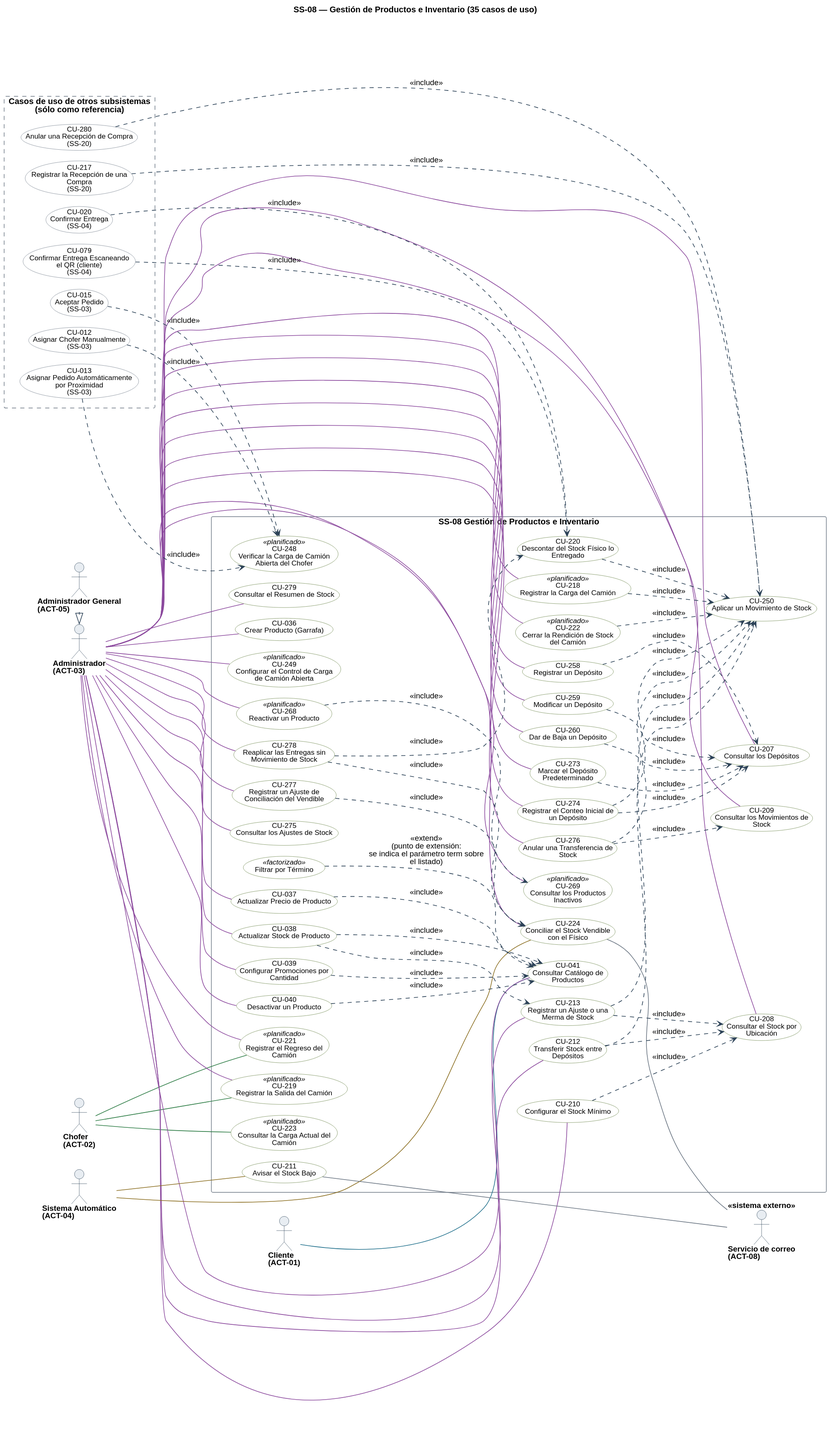
Earlier version of the PlantUML export diagramas/uml/CU_SS-08_Gestion-De-Productos.svg (Nahuelito-Dev/splg-docs). Source of this version:
```plantuml
@startuml
title SS-08 — Gestión de Productos e Inventario (35 casos de uso)
left to right direction
skinparam backgroundColor #FFFFFF
skinparam shadowing false
skinparam defaultFontName Helvetica
skinparam defaultFontSize 13
skinparam dpi 150
skinparam ArrowColor #2C4257
skinparam ArrowThickness 1.1
skinparam actor {
  BorderColor #2C4257
  BackgroundColor #E8EDF2
  FontSize 13
  FontStyle bold
}
skinparam usecase {
  BorderColor #2C4257
  BackgroundColor #FFFFFF
  FontSize 12
}
skinparam rectangle {
  BorderColor #6B7683
  FontSize 14
  FontStyle bold
}

skinparam nodesep 18
skinparam ranksep 70
skinparam usecase {
  BorderColor<<planificado>> #9C4436
  BackgroundColor<<planificado>> #F6E4E1
  BorderColor<<factorizado>> #6B7683
  BackgroundColor<<factorizado>> #F2F4F6
}

actor "Cliente\n(ACT-01)" as A01
actor "Chofer\n(ACT-02)" as A02
actor "Administrador\n(ACT-03)" as A03
actor "Sistema Automático\n(ACT-04)" as A04
actor "Administrador General\n(ACT-05)" as A05
actor "Servicio de correo\n(ACT-08)" as A08 <<sistema externo>>

rectangle "SS-08 Gestión de Productos e Inventario" {
  usecase "CU-036\nCrear Producto (Garrafa)" as U036 #back:FFFFFF;line:5E7A3A
  usecase "CU-037\nActualizar Precio de Producto" as U037 #back:FFFFFF;line:5E7A3A
  usecase "CU-038\nActualizar Stock de Producto" as U038 #back:FFFFFF;line:5E7A3A
  usecase "CU-039\nConfigurar Promociones por\nCantidad" as U039 #back:FFFFFF;line:5E7A3A
  usecase "CU-040\nDesactivar un Producto" as U040 #back:FFFFFF;line:5E7A3A
  usecase "CU-041\nConsultar Catálogo de\nProductos" as U041 #back:FFFFFF;line:5E7A3A
  usecase "CU-207\nConsultar los Depósitos" as U207 #back:FFFFFF;line:5E7A3A
  usecase "CU-208\nConsultar el Stock por\nUbicación" as U208 #back:FFFFFF;line:5E7A3A
  usecase "CU-209\nConsultar los Movimientos de\nStock" as U209 #back:FFFFFF;line:5E7A3A
  usecase "CU-210\nConfigurar el Stock Mínimo" as U210 #back:FFFFFF;line:5E7A3A
  usecase "CU-211\nAvisar el Stock Bajo" as U211 #back:FFFFFF;line:5E7A3A
  usecase "CU-212\nTransferir Stock entre\nDepósitos" as U212 #back:FFFFFF;line:5E7A3A
  usecase "CU-213\nRegistrar un Ajuste o una\nMerma de Stock" as U213 #back:FFFFFF;line:5E7A3A
  usecase "CU-218\nRegistrar la Carga del Camión" as U218 <<planificado>> #back:FFFFFF;line:5E7A3A
  usecase "CU-219\nRegistrar la Salida del Camión" as U219 <<planificado>> #back:FFFFFF;line:5E7A3A
  usecase "CU-220\nDescontar del Stock Físico lo\nEntregado" as U220 #back:FFFFFF;line:5E7A3A
  usecase "CU-221\nRegistrar el Regreso del\nCamión" as U221 <<planificado>> #back:FFFFFF;line:5E7A3A
  usecase "CU-222\nCerrar la Rendición de Stock\ndel Camión" as U222 <<planificado>> #back:FFFFFF;line:5E7A3A
  usecase "CU-223\nConsultar la Carga Actual del\nCamión" as U223 <<planificado>> #back:FFFFFF;line:5E7A3A
  usecase "CU-224\nConciliar el Stock Vendible\ncon el Físico" as U224 #back:FFFFFF;line:5E7A3A
  usecase "CU-248\nVerificar la Carga de Camión\nAbierta del Chofer" as U248 <<planificado>> #back:FFFFFF;line:5E7A3A
  usecase "CU-249\nConfigurar el Control de Carga\nde Camión Abierta" as U249 <<planificado>> #back:FFFFFF;line:5E7A3A
  usecase "CU-250\nAplicar un Movimiento de Stock" as U250 #back:FFFFFF;line:5E7A3A
  usecase "CU-258\nRegistrar un Depósito" as U258 #back:FFFFFF;line:5E7A3A
  usecase "CU-259\nModificar un Depósito" as U259 #back:FFFFFF;line:5E7A3A
  usecase "CU-260\nDar de Baja un Depósito" as U260 #back:FFFFFF;line:5E7A3A
  usecase "CU-268\nReactivar un Producto" as U268 <<planificado>> #back:FFFFFF;line:5E7A3A
  usecase "CU-269\nConsultar los Productos\nInactivos" as U269 <<planificado>> #back:FFFFFF;line:5E7A3A
  usecase "CU-273\nMarcar el Depósito\nPredeterminado" as U273 #back:FFFFFF;line:5E7A3A
  usecase "CU-274\nRegistrar el Conteo Inicial de\nun Depósito" as U274 #back:FFFFFF;line:5E7A3A
  usecase "CU-275\nConsultar los Ajustes de Stock" as U275 #back:FFFFFF;line:5E7A3A
  usecase "CU-276\nAnular una Transferencia de\nStock" as U276 #back:FFFFFF;line:5E7A3A
  usecase "CU-277\nRegistrar un Ajuste de\nConciliación del Vendible" as U277 #back:FFFFFF;line:5E7A3A
  usecase "CU-278\nReaplicar las Entregas sin\nMovimiento de Stock" as U278 #back:FFFFFF;line:5E7A3A
  usecase "CU-279\nConsultar el Resumen de Stock" as U279 #back:FFFFFF;line:5E7A3A
  usecase "Filtrar por Término" as F_TERM <<factorizado>> #back:FFFFFF;line:5E7A3A
}

rectangle "Casos de uso de otros subsistemas\n(sólo como referencia)" as OTROS #back:FFFFFF;line:6B7683;line.dashed {
  usecase "CU-012\nAsignar Chofer Manualmente\n(SS-03)" as U012 #back:FFFFFF;line:6B7683
  usecase "CU-013\nAsignar Pedido Automáticamente\npor Proximidad\n(SS-03)" as U013 #back:FFFFFF;line:6B7683
  usecase "CU-015\nAceptar Pedido\n(SS-03)" as U015 #back:FFFFFF;line:6B7683
  usecase "CU-020\nConfirmar Entrega\n(SS-04)" as U020 #back:FFFFFF;line:6B7683
  usecase "CU-079\nConfirmar Entrega Escaneando\nel QR (cliente)\n(SS-04)" as U079 #back:FFFFFF;line:6B7683
  usecase "CU-217\nRegistrar la Recepción de una\nCompra\n(SS-20)" as U217 #back:FFFFFF;line:6B7683
  usecase "CU-280\nAnular una Recepción de Compra\n(SS-20)" as U280 #back:FFFFFF;line:6B7683
}

A01 -[#1F6F8B]- U041
A02 -[#2E7D46]- U219
A02 -[#2E7D46]- U221
A02 -[#2E7D46]- U223
A03 -[#8C4A9E]- U036
A03 -[#8C4A9E]- U037
A03 -[#8C4A9E]- U038
A03 -[#8C4A9E]- U039
A03 -[#8C4A9E]- U040
A03 -[#8C4A9E]- U041
A03 -[#8C4A9E]- U207
A03 -[#8C4A9E]- U208
A03 -[#8C4A9E]- U209
A03 -[#8C4A9E]- U210
A03 -[#8C4A9E]- U212
A03 -[#8C4A9E]- U213
A03 -[#8C4A9E]- U218
A03 -[#8C4A9E]- U219
A03 -[#8C4A9E]- U221
A03 -[#8C4A9E]- U222
A03 -[#8C4A9E]- U224
A03 -[#8C4A9E]- U249
A03 -[#8C4A9E]- U258
A03 -[#8C4A9E]- U259
A03 -[#8C4A9E]- U260
A03 -[#8C4A9E]- U268
A03 -[#8C4A9E]- U269
A03 -[#8C4A9E]- U273
A03 -[#8C4A9E]- U274
A03 -[#8C4A9E]- U275
A03 -[#8C4A9E]- U276
A03 -[#8C4A9E]- U277
A03 -[#8C4A9E]- U278
A03 -[#8C4A9E]- U279
A04 -[#8A6D1F]- U211
A04 -[#8A6D1F]- U224
U211 -[#6B7683]- A08
U224 -[#6B7683]- A08
A05 -right-|> A03

U037 ..> U041 : <<include>>
U038 ..> U041 : <<include>>
U039 ..> U041 : <<include>>
U040 ..> U041 : <<include>>
U210 ..> U208 : <<include>>
U212 ..> U208 : <<include>>
U213 ..> U208 : <<include>>
U038 ..> U213 : <<include>>
U212 ..> U250 : <<include>>
U213 ..> U250 : <<include>>
U218 ..> U250 : <<include>>
U220 ..> U250 : <<include>>
U222 ..> U250 : <<include>>
U258 ..> U207 : <<include>>
U259 ..> U207 : <<include>>
U260 ..> U207 : <<include>>
U273 ..> U207 : <<include>>
U274 ..> U207 : <<include>>
U268 ..> U269 : <<include>>
U274 ..> U250 : <<include>>
U276 ..> U250 : <<include>>
U276 ..> U209 : <<include>>
U277 ..> U224 : <<include>>
U278 ..> U224 : <<include>>
U278 ..> U220 : <<include>>
U217 ..> U250 : <<include>>
U280 ..> U250 : <<include>>
U012 ..> U248 : <<include>>
U013 ..> U248 : <<include>>
U015 ..> U248 : <<include>>
U020 ..> U220 : <<include>>
U079 ..> U220 : <<include>>

F_TERM ..> U041 : <<extend>>\n(punto de extensión:\nse indica el parámetro term sobre\nel listado)
@enduml
```
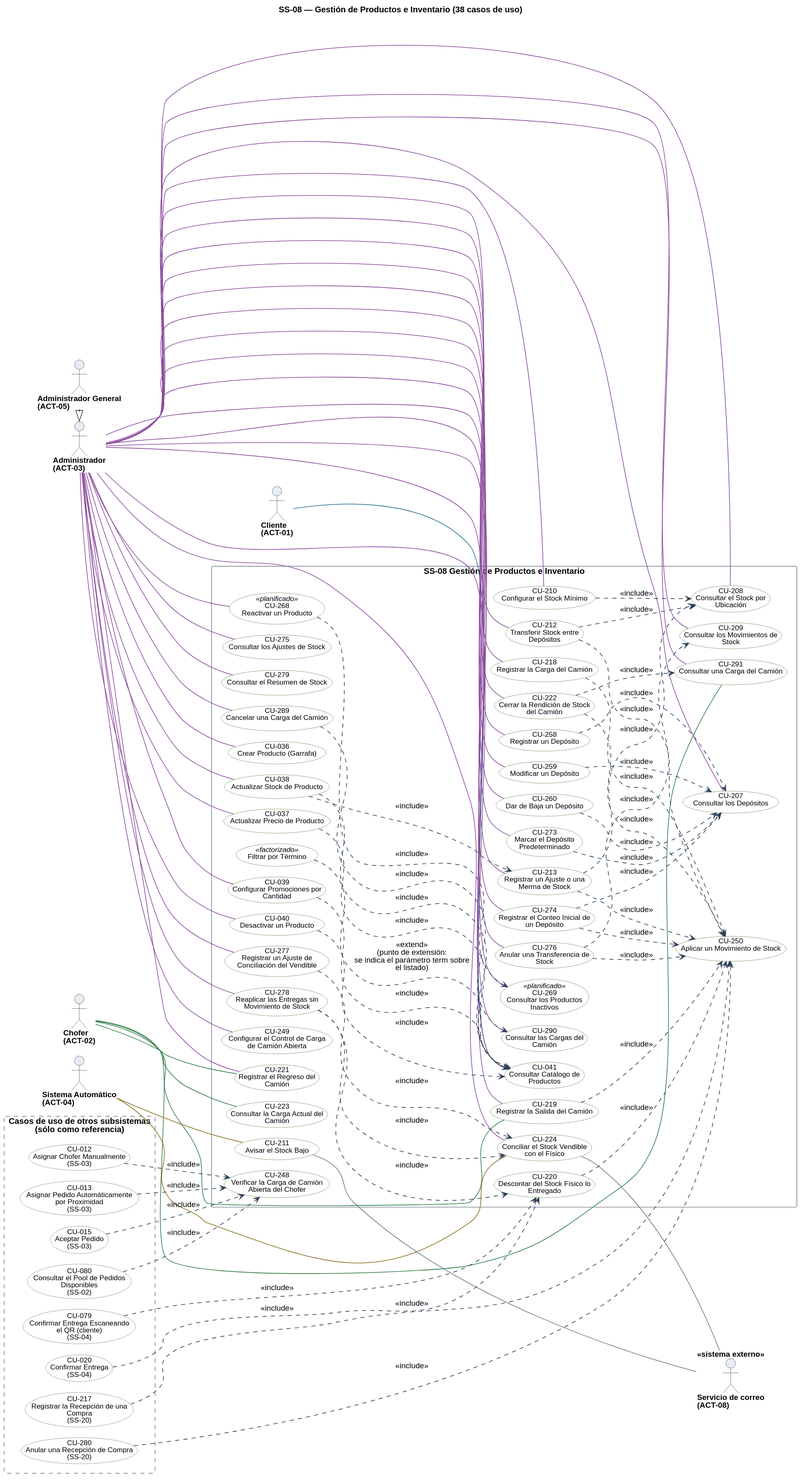
Above is the later version.

What changed in the source:
```diff
@@ -1,5 +1,5 @@
 @startuml
-title SS-08 — Gestión de Productos e Inventario (35 casos de uso)
+title SS-08 — Gestión de Productos e Inventario (38 casos de uso)
 left to right direction
 skinparam backgroundColor #FFFFFF
 skinparam shadowing false
@@ -55,15 +55,15 @@
   usecase "CU-211\nAvisar el Stock Bajo" as U211 #back:FFFFFF;line:5E7A3A
   usecase "CU-212\nTransferir Stock entre\nDepósitos" as U212 #back:FFFFFF;line:5E7A3A
   usecase "CU-213\nRegistrar un Ajuste o una\nMerma de Stock" as U213 #back:FFFFFF;line:5E7A3A
-  usecase "CU-218\nRegistrar la Carga del Camión" as U218 <<planificado>> #back:FFFFFF;line:5E7A3A
-  usecase "CU-219\nRegistrar la Salida del Camión" as U219 <<planificado>> #back:FFFFFF;line:5E7A3A
+  usecase "CU-218\nRegistrar la Carga del Camión" as U218 #back:FFFFFF;line:5E7A3A
+  usecase "CU-219\nRegistrar la Salida del Camión" as U219 #back:FFFFFF;line:5E7A3A
   usecase "CU-220\nDescontar del Stock Físico lo\nEntregado" as U220 #back:FFFFFF;line:5E7A3A
-  usecase "CU-221\nRegistrar el Regreso del\nCamión" as U221 <<planificado>> #back:FFFFFF;line:5E7A3A
-  usecase "CU-222\nCerrar la Rendición de Stock\ndel Camión" as U222 <<planificado>> #back:FFFFFF;line:5E7A3A
-  usecase "CU-223\nConsultar la Carga Actual del\nCamión" as U223 <<planificado>> #back:FFFFFF;line:5E7A3A
+  usecase "CU-221\nRegistrar el Regreso del\nCamión" as U221 #back:FFFFFF;line:5E7A3A
+  usecase "CU-222\nCerrar la Rendición de Stock\ndel Camión" as U222 #back:FFFFFF;line:5E7A3A
+  usecase "CU-223\nConsultar la Carga Actual del\nCamión" as U223 #back:FFFFFF;line:5E7A3A
   usecase "CU-224\nConciliar el Stock Vendible\ncon el Físico" as U224 #back:FFFFFF;line:5E7A3A
-  usecase "CU-248\nVerificar la Carga de Camión\nAbierta del Chofer" as U248 <<planificado>> #back:FFFFFF;line:5E7A3A
-  usecase "CU-249\nConfigurar el Control de Carga\nde Camión Abierta" as U249 <<planificado>> #back:FFFFFF;line:5E7A3A
+  usecase "CU-248\nVerificar la Carga de Camión\nAbierta del Chofer" as U248 #back:FFFFFF;line:5E7A3A
+  usecase "CU-249\nConfigurar el Control de Carga\nde Camión Abierta" as U249 #back:FFFFFF;line:5E7A3A
   usecase "CU-250\nAplicar un Movimiento de Stock" as U250 #back:FFFFFF;line:5E7A3A
   usecase "CU-258\nRegistrar un Depósito" as U258 #back:FFFFFF;line:5E7A3A
   usecase "CU-259\nModificar un Depósito" as U259 #back:FFFFFF;line:5E7A3A
@@ -77,6 +77,9 @@
   usecase "CU-277\nRegistrar un Ajuste de\nConciliación del Vendible" as U277 #back:FFFFFF;line:5E7A3A
   usecase "CU-278\nReaplicar las Entregas sin\nMovimiento de Stock" as U278 #back:FFFFFF;line:5E7A3A
   usecase "CU-279\nConsultar el Resumen de Stock" as U279 #back:FFFFFF;line:5E7A3A
+  usecase "CU-289\nCancelar una Carga del Camión" as U289 #back:FFFFFF;line:5E7A3A
+  usecase "CU-290\nConsultar las Cargas del\nCamión" as U290 #back:FFFFFF;line:5E7A3A
+  usecase "CU-291\nConsultar una Carga del Camión" as U291 #back:FFFFFF;line:5E7A3A
   usecase "Filtrar por Término" as F_TERM <<factorizado>> #back:FFFFFF;line:5E7A3A
 }
 
@@ -86,6 +89,7 @@
   usecase "CU-015\nAceptar Pedido\n(SS-03)" as U015 #back:FFFFFF;line:6B7683
   usecase "CU-020\nConfirmar Entrega\n(SS-04)" as U020 #back:FFFFFF;line:6B7683
   usecase "CU-079\nConfirmar Entrega Escaneando\nel QR (cliente)\n(SS-04)" as U079 #back:FFFFFF;line:6B7683
+  usecase "CU-080\nConsultar el Pool de Pedidos\nDisponibles\n(SS-02)" as U080 #back:FFFFFF;line:6B7683
   usecase "CU-217\nRegistrar la Recepción de una\nCompra\n(SS-20)" as U217 #back:FFFFFF;line:6B7683
   usecase "CU-280\nAnular una Recepción de Compra\n(SS-20)" as U280 #back:FFFFFF;line:6B7683
 }
@@ -94,6 +98,7 @@
 A02 -[#2E7D46]- U219
 A02 -[#2E7D46]- U221
 A02 -[#2E7D46]- U223
+A02 -[#2E7D46]- U291
 A03 -[#8C4A9E]- U036
 A03 -[#8C4A9E]- U037
 A03 -[#8C4A9E]- U038
@@ -124,6 +129,9 @@
 A03 -[#8C4A9E]- U277
 A03 -[#8C4A9E]- U278
 A03 -[#8C4A9E]- U279
+A03 -[#8C4A9E]- U289
+A03 -[#8C4A9E]- U290
+A03 -[#8C4A9E]- U291
 A04 -[#8A6D1F]- U211
 A04 -[#8A6D1F]- U224
 U211 -[#6B7683]- A08
@@ -143,6 +151,9 @@
 U218 ..> U250 : <<include>>
 U220 ..> U250 : <<include>>
 U222 ..> U250 : <<include>>
+U219 ..> U250 : <<include>>
+U222 ..> U291 : <<include>>
+U289 ..> U290 : <<include>>
 U258 ..> U207 : <<include>>
 U259 ..> U207 : <<include>>
 U260 ..> U207 : <<include>>
@@ -160,6 +171,7 @@
 U012 ..> U248 : <<include>>
 U013 ..> U248 : <<include>>
 U015 ..> U248 : <<include>>
+U080 ..> U248 : <<include>>
 U020 ..> U220 : <<include>>
 U079 ..> U220 : <<include>>
 
```
